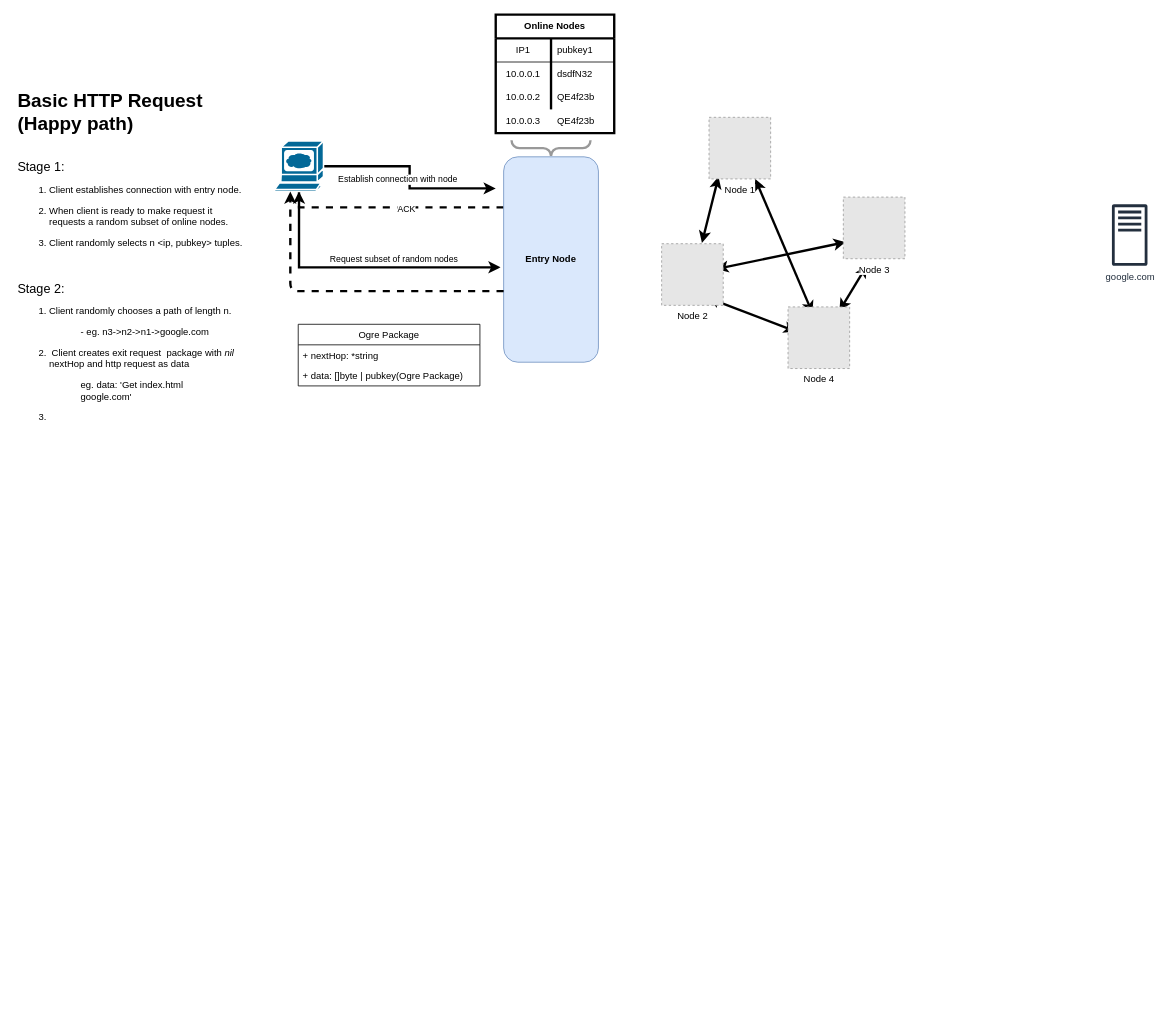
This is documentation/OgreNetArchitecture.drawio from AdamCollins/ogre-net, a draw.io file, before an edit. Source tidied: cells renumbered, new cells numbered last; positions are measured from the earlier drawing's top-left corner, leaving out a move shared by most shapes. Both pictures are drawn from the tidied source at 79%, with x=0, y=0 at pixel (13, 14). Pictures stored in the file or linked from it are replaced by grey dashed boxes.
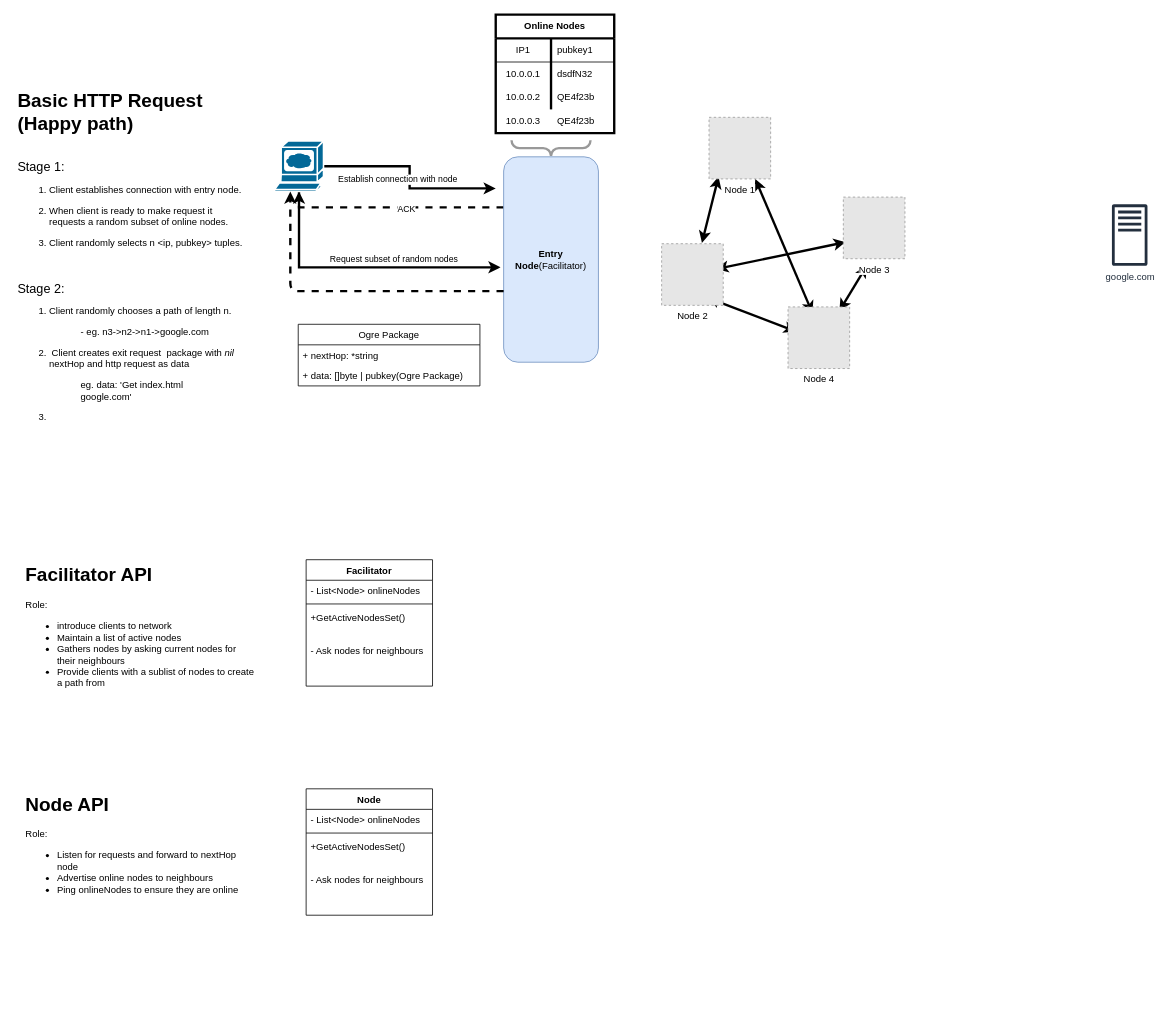
After the change.

Diff of the diagram source:
```diff
@@
-    <mxCell id="4" value="&lt;b&gt;Entry Node&lt;/b&gt;" style="rounded=1;whiteSpace=wrap;html=1;fillColor=#dae8fc;strokeColor=#6c8ebf;" parent="1" vertex="1">
+    <mxCell id="4" value="&lt;b&gt;Entry Node&lt;/b&gt;(Facilitator)" style="rounded=1;whiteSpace=wrap;html=1;fillColor=#dae8fc;strokeColor=#6c8ebf;" parent="1" vertex="1">
       <mxGeometry x="620" y="180" width="120" height="260" as="geometry" />
     </mxCell>
@@
+    <mxCell id="39" value="&lt;h1&gt;Facilitator API&lt;br&gt;&lt;/h1&gt;&lt;div&gt;Role: &lt;br&gt;&lt;/div&gt;&lt;ul&gt;&lt;li&gt;introduce clients to network&lt;/li&gt;&lt;li&gt;Maintain a list of active nodes&lt;/li&gt;&lt;li&gt;Gathers nodes by asking current nodes for their neighbours&lt;br&gt;&lt;/li&gt;&lt;li&gt;Provide clients with a sublist of nodes to create a path from&lt;/li&gt;&lt;/ul&gt;&lt;p&gt;&lt;br&gt;&lt;/p&gt;&lt;p&gt;&lt;br&gt;&lt;/p&gt;" style="text;html=1;strokeColor=none;fillColor=none;spacing=5;spacingTop=-20;whiteSpace=wrap;overflow=hidden;rounded=0;" parent="1" vertex="1">
+      <mxGeometry x="10" y="690" width="300" height="270" as="geometry" />
+    </mxCell>
+    <mxCell id="40" value="Facilitator" style="swimlane;fontStyle=1;align=center;verticalAlign=top;horizontal=1;startSize=26;" parent="1" vertex="1">
+      <mxGeometry x="370" y="690" width="160" height="160" as="geometry" />
+    </mxCell>
+    <mxCell id="41" value="- List&lt;Node&gt; onlineNodes" style="text;strokeColor=none;fillColor=none;align=left;verticalAlign=top;spacingLeft=4;spacingRight=4;overflow=hidden;" parent="40" vertex="1">
+      <mxGeometry y="26" width="160" height="26" as="geometry" />
+    </mxCell>
+    <mxCell id="42" style="line;strokeWidth=1;fillColor=none;align=left;verticalAlign=middle;spacingTop=-1;spacingLeft=3;spacingRight=3;labelPosition=right;" parent="40" vertex="1">
+      <mxGeometry y="52" width="160" height="8" as="geometry" />
+    </mxCell>
+    <mxCell id="43" value="+GetActiveNodesSet()&#10;&#10;&#10;- Ask nodes for neighbours&#10;" style="text;strokeColor=none;fillColor=none;align=left;verticalAlign=top;spacingLeft=4;spacingRight=4;overflow=hidden;" parent="40" vertex="1">
+      <mxGeometry y="60" width="160" height="100" as="geometry" />
+    </mxCell>
+    <mxCell id="44" value="&lt;h1&gt;Node API&lt;br&gt;&lt;/h1&gt;&lt;div&gt;Role: &lt;br&gt;&lt;/div&gt;&lt;div&gt;&lt;ul&gt;&lt;li&gt;Listen for requests and forward to nextHop node&lt;/li&gt;&lt;li&gt;Advertise online nodes to neighbours&lt;/li&gt;&lt;li&gt;Ping onlineNodes to ensure they are online&lt;br&gt;&lt;/li&gt;&lt;/ul&gt;&lt;/div&gt;&lt;p&gt;&lt;br&gt;&lt;/p&gt;&lt;p&gt;&lt;br&gt;&lt;/p&gt;" style="text;html=1;strokeColor=none;fillColor=none;spacing=5;spacingTop=-20;whiteSpace=wrap;overflow=hidden;rounded=0;" parent="1" vertex="1">
+      <mxGeometry x="10" y="980" width="300" height="270" as="geometry" />
+    </mxCell>
+    <mxCell id="45" value="Node" style="swimlane;fontStyle=1;align=center;verticalAlign=top;horizontal=1;startSize=26;" parent="1" vertex="1">
+      <mxGeometry x="370" y="980" width="160" height="160" as="geometry" />
+    </mxCell>
+    <mxCell id="46" value="- List&lt;Node&gt; onlineNodes" style="text;strokeColor=none;fillColor=none;align=left;verticalAlign=top;spacingLeft=4;spacingRight=4;overflow=hidden;" parent="45" vertex="1">
+      <mxGeometry y="26" width="160" height="26" as="geometry" />
+    </mxCell>
+    <mxCell id="47" style="line;strokeWidth=1;fillColor=none;align=left;verticalAlign=middle;spacingTop=-1;spacingLeft=3;spacingRight=3;labelPosition=right;" parent="45" vertex="1">
+      <mxGeometry y="52" width="160" height="8" as="geometry" />
+    </mxCell>
+    <mxCell id="48" value="+GetActiveNodesSet()&#10;&#10;&#10;- Ask nodes for neighbours&#10;" style="text;strokeColor=none;fillColor=none;align=left;verticalAlign=top;spacingLeft=4;spacingRight=4;overflow=hidden;" parent="45" vertex="1">
+      <mxGeometry y="60" width="160" height="100" as="geometry" />
+    </mxCell>
```
